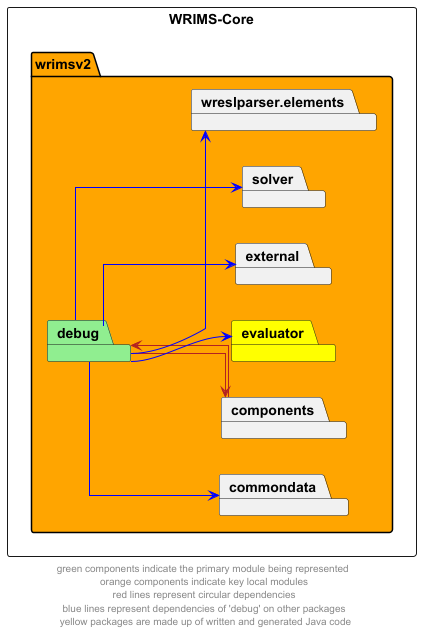
Earlier version of the PlantUML export docs/diagrams/wrims-core/wrims-core_debug.png (CentralValleyModeling/wrims).
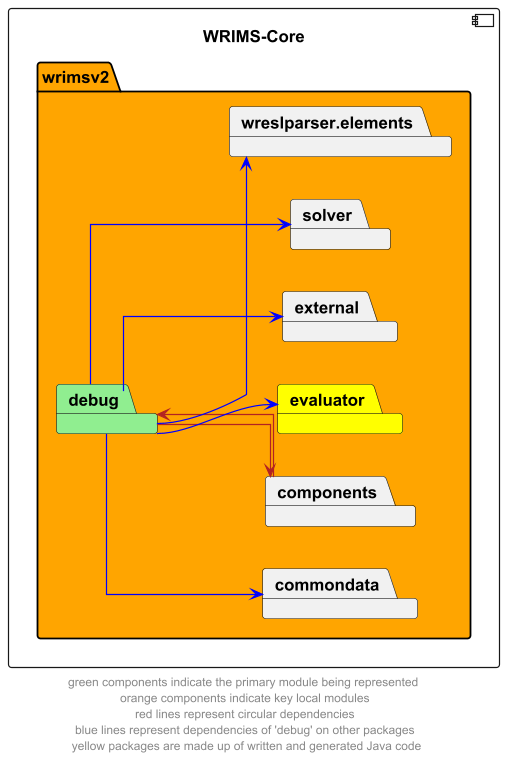
The same diagram one commit later.

Commit message:
Changed rectangle to component

Diff of the diagram source:
```diff
@@ -2,7 +2,7 @@
 left to right direction
 skinparam linetype ortho
 
-rectangle wrims_core as "WRIMS-Core" {
+component wrims_core as "WRIMS-Core" {
     package wrimsv2 #orange{
         package debug #lightgreen
     package commondata
```
